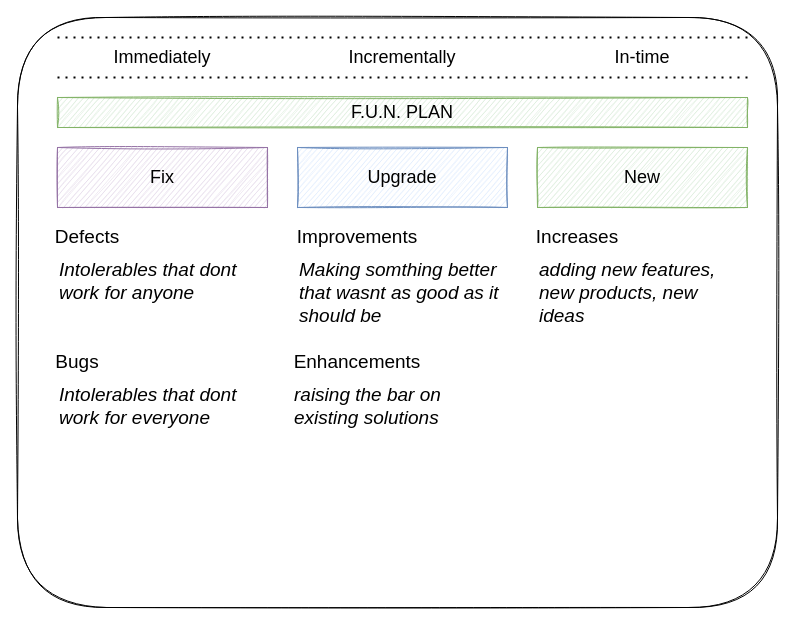
Before: page "funstack" (3 of 5) of images/racexp.drawio in nirv-ai/racexp, a draw.io diagram. Source tidied: cells renumbered, new cells numbered last; positions are measured from the earlier drawing's top-left corner, leaving out a move shared by most shapes. Both pictures are drawn from the tidied source at 100%, with x=0, y=0 at pixel (17, 17).
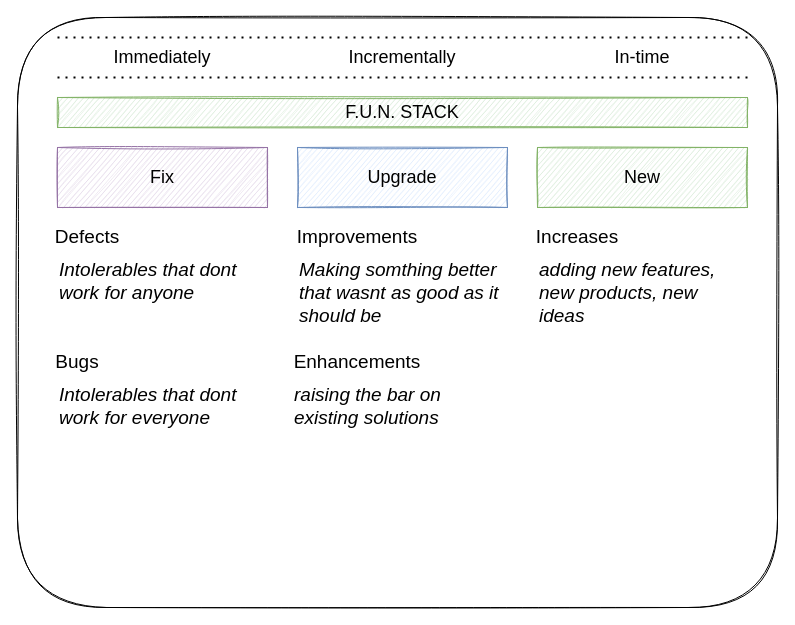
Above is the later version.

Diff of the diagram source:
```diff
@@
-    <mxCell id="16" value="F.U.N. PLAN" style="rounded=0;whiteSpace=wrap;html=1;sketch=1;fontSize=18;fillColor=#d5e8d4;strokeColor=#82b366;" parent="1" vertex="1">
+    <mxCell id="16" value="F.U.N. STACK" style="rounded=0;whiteSpace=wrap;html=1;sketch=1;fontSize=18;fillColor=#d5e8d4;strokeColor=#82b366;" parent="1" vertex="1">
       <mxGeometry x="40" y="80" width="690" height="30" as="geometry" />
     </mxCell>
```
